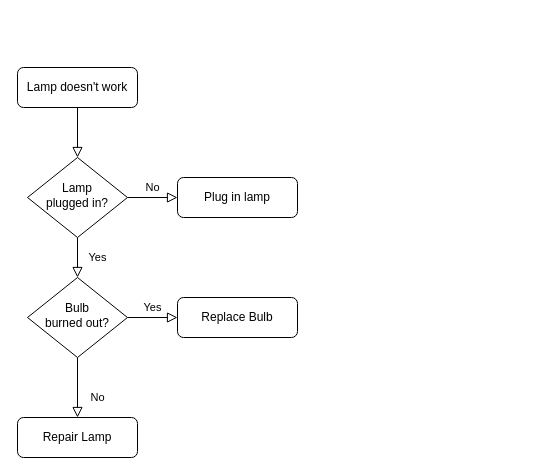
Above: docs/Untitled Diagram.drawio in pkeche/RAKT (draw.io), before the change. Source tidied: cells renumbered, new cells numbered last; positions are measured from the earlier drawing's top-left corner, leaving out a move shared by most shapes. Both pictures are drawn from the tidied source at 100%, with x=0, y=0 at pixel (17, 67).
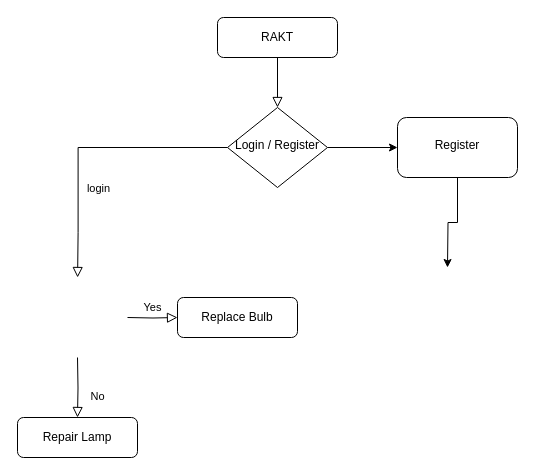
Above is the later version.

What changed in the source:
```diff
@@
 <mxGraphModel>
   <root>
     <mxCell id="0" />
     <mxCell id="1" parent="0" />
     <mxCell id="2" style="rounded=0;html=1;jettySize=auto;fontSize=11;endArrow=block;endFill=0;endSize=8;strokeWidth=1;shadow=0;labelBackgroundColor=none;edgeStyle=orthogonalEdgeStyle;" parent="1" edge="1" source="3" target="6">
       <mxGeometry relative="1" as="geometry" />
     </mxCell>
-    <mxCell id="3" value="Lamp doesn't work" style="rounded=1;whiteSpace=wrap;html=1;fontSize=12;glass=0;strokeWidth=1;shadow=0;" parent="1" vertex="1">
-      <mxGeometry width="120" height="40" as="geometry" />
+    <mxCell id="3" value="RAKT" style="rounded=1;whiteSpace=wrap;html=1;fontSize=12;glass=0;strokeWidth=1;shadow=0;" parent="1" vertex="1">
+      <mxGeometry x="200" y="-50" width="120" height="40" as="geometry" />
     </mxCell>
-    <mxCell id="4" value="Yes" style="rounded=0;html=1;jettySize=auto;fontSize=11;endArrow=block;endFill=0;endSize=8;strokeWidth=1;shadow=0;labelBackgroundColor=none;edgeStyle=orthogonalEdgeStyle;" parent="1" edge="1" source="6" target="10">
-      <mxGeometry y="20" relative="1" as="geometry" />
+    <mxCell id="4" value="login" style="rounded=0;html=1;jettySize=auto;fontSize=11;endArrow=block;endFill=0;endSize=8;strokeWidth=1;shadow=0;labelBackgroundColor=none;edgeStyle=orthogonalEdgeStyle;" parent="1" edge="1" source="6">
+      <mxGeometry x="0.36" y="20" relative="1" as="geometry">
+        <mxPoint x="60.1" y="210" as="targetPoint" />
+      </mxGeometry>
     </mxCell>
-    <mxCell id="5" value="No" style="edgeStyle=orthogonalEdgeStyle;rounded=0;html=1;jettySize=auto;fontSize=11;endArrow=block;endFill=0;endSize=8;strokeWidth=1;shadow=0;labelBackgroundColor=none;" parent="1" edge="1" source="6" target="7">
-      <mxGeometry y="10" relative="1" as="geometry" />
-    </mxCell>
+    <mxCell id="13" style="edgeStyle=orthogonalEdgeStyle;rounded=0;jettySize=auto;html=1;" parent="1" edge="1" source="6" target="15">
+      <mxGeometry relative="1" as="geometry" />
+    </mxCell>
-    <mxCell id="6" value="Lamp&lt;br&gt;plugged in?" style="rhombus;whiteSpace=wrap;html=1;shadow=0;fontFamily=Helvetica;fontSize=12;align=center;strokeWidth=1;spacing=6;spacingTop=-4;" parent="1" vertex="1">
-      <mxGeometry x="10" y="90" width="100" height="80" as="geometry" />
+    <mxCell id="6" value="Login / Register" style="rhombus;whiteSpace=wrap;html=1;shadow=0;fontFamily=Helvetica;fontSize=12;align=center;strokeWidth=1;spacing=6;spacingTop=-4;" parent="1" vertex="1">
+      <mxGeometry x="210" y="40" width="100" height="80" as="geometry" />
     </mxCell>
-    <mxCell id="7" value="Plug in lamp" style="rounded=1;whiteSpace=wrap;html=1;fontSize=12;glass=0;strokeWidth=1;shadow=0;" parent="1" vertex="1">
-      <mxGeometry x="160" y="110" width="120" height="40" as="geometry" />
-    </mxCell>
-    <mxCell id="8" value="No" style="rounded=0;html=1;jettySize=auto;fontSize=11;endArrow=block;endFill=0;endSize=8;strokeWidth=1;shadow=0;labelBackgroundColor=none;edgeStyle=orthogonalEdgeStyle;" parent="1" edge="1" source="10" target="11">
-      <mxGeometry x="0.33" y="20" relative="1" as="geometry" />
+    <mxCell id="8" value="No" style="rounded=0;html=1;jettySize=auto;fontSize=11;endArrow=block;endFill=0;endSize=8;strokeWidth=1;shadow=0;labelBackgroundColor=none;edgeStyle=orthogonalEdgeStyle;" parent="1" edge="1" target="11">
+      <mxGeometry x="0.33" y="20" relative="1" as="geometry">
+        <mxPoint x="60" y="290" as="sourcePoint" />
+      </mxGeometry>
     </mxCell>
-    <mxCell id="9" value="Yes" style="edgeStyle=orthogonalEdgeStyle;rounded=0;html=1;jettySize=auto;fontSize=11;endArrow=block;endFill=0;endSize=8;strokeWidth=1;shadow=0;labelBackgroundColor=none;" parent="1" edge="1" source="10" target="12">
-      <mxGeometry y="10" relative="1" as="geometry" />
+    <mxCell id="9" value="Yes" style="edgeStyle=orthogonalEdgeStyle;rounded=0;html=1;jettySize=auto;fontSize=11;endArrow=block;endFill=0;endSize=8;strokeWidth=1;shadow=0;labelBackgroundColor=none;" parent="1" edge="1" target="12">
+      <mxGeometry y="10" relative="1" as="geometry">
+        <mxPoint x="110" y="250" as="sourcePoint" />
+      </mxGeometry>
     </mxCell>
-    <mxCell id="10" value="Bulb&lt;br&gt;burned out?" style="rhombus;whiteSpace=wrap;html=1;shadow=0;fontFamily=Helvetica;fontSize=12;align=center;strokeWidth=1;spacing=6;spacingTop=-4;" parent="1" vertex="1">
-      <mxGeometry x="10" y="210" width="100" height="80" as="geometry" />
-    </mxCell>
     <mxCell id="11" value="Repair Lamp" style="rounded=1;whiteSpace=wrap;html=1;fontSize=12;glass=0;strokeWidth=1;shadow=0;" parent="1" vertex="1">
       <mxGeometry y="350" width="120" height="40" as="geometry" />
     </mxCell>
     <mxCell id="12" value="Replace Bulb" style="rounded=1;whiteSpace=wrap;html=1;fontSize=12;glass=0;strokeWidth=1;shadow=0;" parent="1" vertex="1">
       <mxGeometry x="160" y="230" width="120" height="40" as="geometry" />
     </mxCell>
+    <mxCell id="14" style="edgeStyle=orthogonalEdgeStyle;rounded=0;jettySize=auto;html=1;" parent="1" edge="1" source="15">
+      <mxGeometry relative="1" as="geometry">
+        <mxPoint x="430" y="200" as="targetPoint" />
+      </mxGeometry>
+    </mxCell>
+    <mxCell id="15" value="Register" style="rounded=1;whiteSpace=wrap;html=1;shadow=0;strokeWidth=1;spacing=6;spacingTop=-4;" parent="1" vertex="1">
+      <mxGeometry x="380" y="50" width="120" height="60" as="geometry" />
+    </mxCell>
   </root>
 </mxGraphModel>
```
